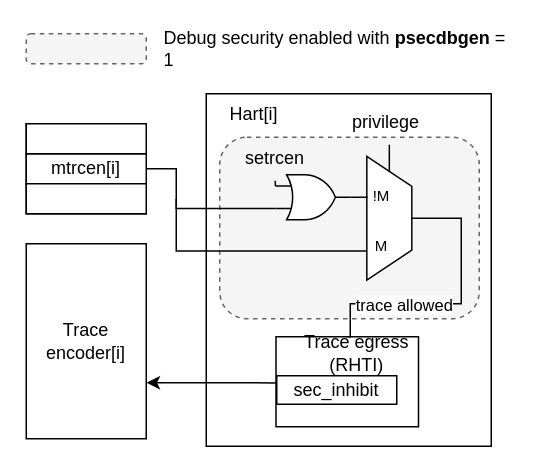
Earlier version of the draw.io diagram page "trace" (2 of 3) of images/external_debug_protection.drawio (riscv-non-isa/riscv-external-debug-security). Source tidied: cells renumbered, new cells numbered last; positions are measured from the earlier drawing's top-left corner, leaving out a move shared by most shapes. Both pictures are drawn from the tidied source at 150%, with x=0, y=0 at pixel (26, 26).
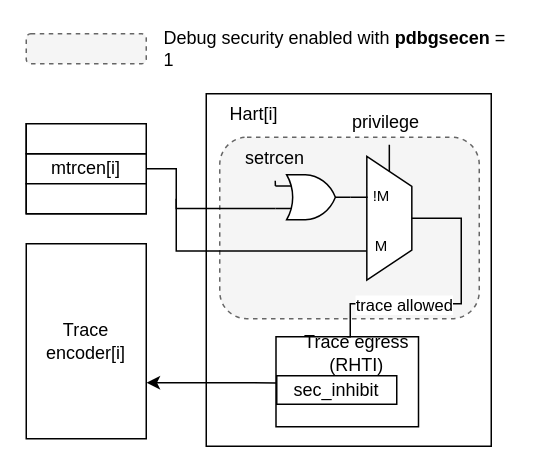
Above is the later version.

Change to the diagram source:
```diff
@@
-    <mxCell id="32" value="Debug security enabled with &lt;b&gt;psecdbgen&lt;/b&gt; = 1&amp;nbsp;" style="text;html=1;align=left;verticalAlign=middle;whiteSpace=wrap;rounded=0;" parent="1" vertex="1">
+    <mxCell id="32" value="Debug security enabled with &lt;b&gt;pdbgsecen&lt;/b&gt; = 1&amp;nbsp;" style="text;html=1;align=left;verticalAlign=middle;whiteSpace=wrap;rounded=0;" parent="1" vertex="1">
       <mxGeometry x="90" width="240" height="30" as="geometry" />
     </mxCell>
```
